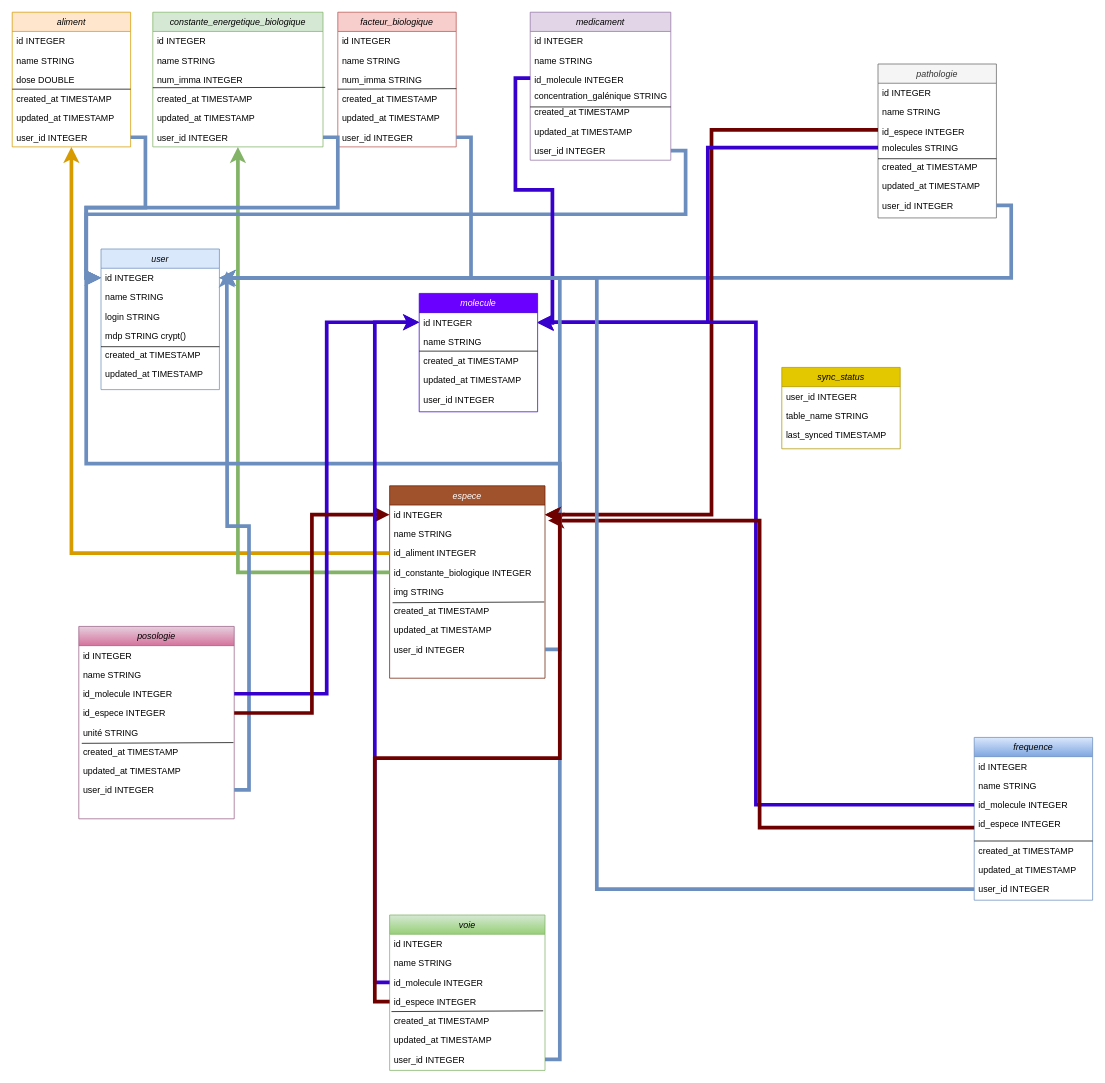
This is vetplan_schema_DBB.drawio from adrienCaminade/adrienCaminade, a draw.io file, before an edit. Source tidied: cells renumbered, new cells numbered last; positions are measured from the earlier drawing's top-left corner, leaving out a move shared by most shapes. Both pictures are drawn from the tidied source at 74%, with x=0, y=0 at pixel (12, 12).
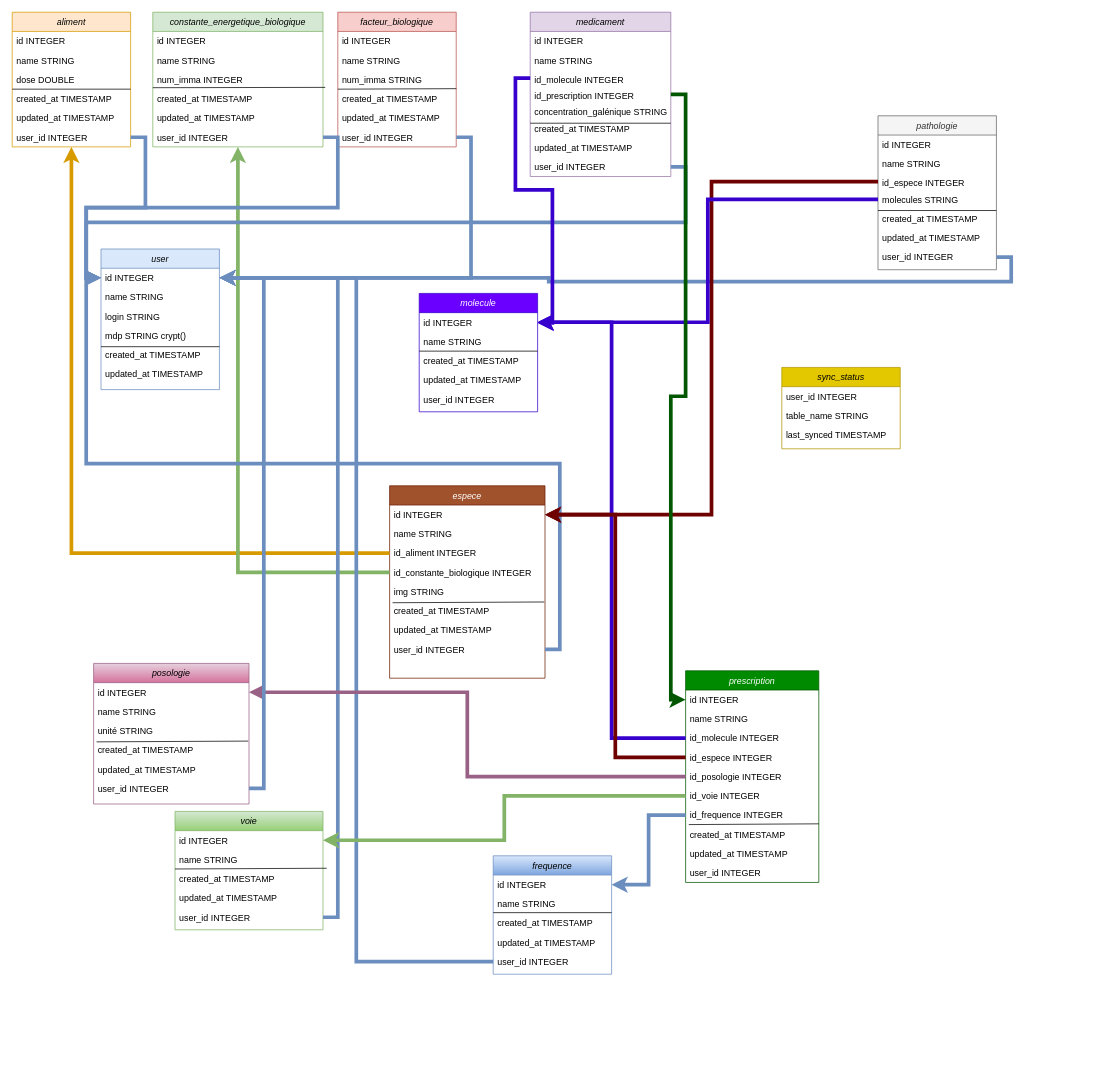
The same page after the edit.

Commit message:
Mettre à jour vetplan_schema_DBB.drawio

The change refers to these unchanged cells:
```xml
<mxCell id="27" value="id INTEGER" style="text;align=left;verticalAlign=top;spacingLeft=4;spacingRight=4;overflow=hidden;points=[[0,0.5],[1,0.5]];portConstraint=eastwest;" parent="26" vertex="1">
  <mxGeometry y="26" width="210" height="26" as="geometry" />
</mxCell>
<mxCell id="57" value="id INTEGER" style="text;align=left;verticalAlign=top;spacingLeft=4;spacingRight=4;overflow=hidden;points=[[0,0.5],[1,0.5]];portConstraint=eastwest;" parent="56" vertex="1">
  <mxGeometry y="26" width="160" height="26" as="geometry" />
</mxCell>
<mxCell id="75" value="id INTEGER" style="text;align=left;verticalAlign=top;spacingLeft=4;spacingRight=4;overflow=hidden;points=[[0,0.5],[1,0.5]];portConstraint=eastwest;" parent="74" vertex="1">
  <mxGeometry y="26" width="160" height="26" as="geometry" />
</mxCell>
<mxCell id="85" value="id INTEGER" style="text;align=left;verticalAlign=top;spacingLeft=4;spacingRight=4;overflow=hidden;points=[[0,0.5],[1,0.5]];portConstraint=eastwest;" parent="84" vertex="1">
  <mxGeometry y="26" width="160" height="26" as="geometry" />
</mxCell>
<mxCell id="97" value="id INTEGER" style="text;align=left;verticalAlign=top;spacingLeft=4;spacingRight=4;overflow=hidden;points=[[0,0.5],[1,0.5]];portConstraint=eastwest;" parent="96" vertex="1">
  <mxGeometry y="26" width="210" height="26" as="geometry" />
</mxCell>
```

What changed in the source:
```diff
@@
     <mxCell id="36" value="medicament" style="swimlane;fontStyle=2;align=center;verticalAlign=top;horizontal=1;startSize=26;rounded=0;shadow=0;strokeWidth=1;fillColor=#e1d5e7;strokeColor=#9673a6;" parent="1" vertex="1">
-      <mxGeometry x="700" width="190" height="200" as="geometry" />
+      <mxGeometry x="700" width="190" height="222" as="geometry" />
     </mxCell>
@@
-    <mxCell id="40" value="concentration_galénique STRING" style="text;align=left;verticalAlign=top;spacingLeft=4;spacingRight=4;overflow=hidden;points=[[0,0.5],[1,0.5]];portConstraint=eastwest;rounded=0;shadow=0;html=0;" parent="36" vertex="1">
+    <mxCell id="40" value="id_prescription INTEGER" style="text;align=left;verticalAlign=top;spacingLeft=4;spacingRight=4;overflow=hidden;points=[[0,0.5],[1,0.5]];portConstraint=eastwest;rounded=0;shadow=0;html=0;" parent="36" vertex="1">
       <mxGeometry y="100" width="190" height="22" as="geometry" />
     </mxCell>
-    <mxCell id="41" style="endArrow=none;html=1;rounded=0;" parent="36" edge="1">
-      <mxGeometry relative="1" as="geometry">
-        <mxPoint y="128" as="sourcePoint" />
-        <mxPoint x="190" y="128" as="targetPoint" />
-      </mxGeometry>
-    </mxCell>
+    <mxCell id="121" value="concentration_galénique STRING" style="text;align=left;verticalAlign=top;spacingLeft=4;spacingRight=4;overflow=hidden;rounded=0;shadow=0;html=0;" parent="36" vertex="1">
+      <mxGeometry y="122" width="190" height="22" as="geometry" />
+    </mxCell>
     <mxCell id="42" value="created_at TIMESTAMP" style="text;align=left;verticalAlign=top;spacingLeft=4;spacingRight=4;overflow=hidden;rounded=0;shadow=0;html=0;" parent="36" vertex="1">
-      <mxGeometry y="122" width="190" height="26" as="geometry" />
+      <mxGeometry y="144" width="190" height="26" as="geometry" />
     </mxCell>
     <mxCell id="43" value="updated_at TIMESTAMP" style="text;align=left;verticalAlign=top;spacingLeft=4;spacingRight=4;overflow=hidden;rounded=0;shadow=0;html=0;" parent="36" vertex="1">
-      <mxGeometry y="148" width="190" height="26" as="geometry" />
+      <mxGeometry y="170" width="190" height="26" as="geometry" />
     </mxCell>
     <mxCell id="44" value="user_id INTEGER" style="text;align=left;verticalAlign=top;spacingLeft=4;spacingRight=4;overflow=hidden;points=[[0,0.5],[1,0.5]];portConstraint=eastwest;rounded=0;shadow=0;html=0;" parent="36" vertex="1">
-      <mxGeometry y="174" width="190" height="26" as="geometry" />
+      <mxGeometry y="196" width="190" height="26" as="geometry" />
     </mxCell>
     <mxCell id="45" value="pathologie" style="swimlane;fontStyle=2;align=center;verticalAlign=top;horizontal=1;startSize=26;rounded=0;shadow=0;strokeWidth=1;fillColor=#f5f5f5;fontColor=#333333;strokeColor=#666666;" parent="1" vertex="1">
-      <mxGeometry x="1170" y="70" width="160" height="208" as="geometry" />
+      <mxGeometry x="1170" y="140" width="160" height="208" as="geometry" />
     </mxCell>
@@
     <mxCell id="84" value="frequence" style="swimlane;fontStyle=2;align=center;verticalAlign=top;horizontal=1;startSize=26;rounded=0;shadow=0;strokeWidth=1;fillColor=#dae8fc;strokeColor=#6c8ebf;gradientColor=#7ea6e0;" parent="1" vertex="1">
-      <mxGeometry x="1300" y="980" width="160" height="220" as="geometry" />
+      <mxGeometry x="650" y="1140" width="160" height="160" as="geometry" />
     </mxCell>
@@
-    <mxCell id="87" value="id_molecule INTEGER" style="text;align=left;verticalAlign=top;spacingLeft=4;spacingRight=4;overflow=hidden;points=[[0,0.5],[1,0.5]];portConstraint=eastwest;rounded=0;shadow=0;html=0;" parent="84" vertex="1">
-      <mxGeometry y="78" width="160" height="26" as="geometry" />
-    </mxCell>
-    <mxCell id="88" value="id_espece INTEGER" style="text;align=left;verticalAlign=top;spacingLeft=4;spacingRight=4;overflow=hidden;points=[[0,0.5],[1,0.5]];portConstraint=eastwest;rounded=0;shadow=0;html=0;" parent="84" vertex="1">
-      <mxGeometry y="104" width="160" height="36" as="geometry" />
-    </mxCell>
     <mxCell id="89" style="endArrow=none;html=1;rounded=0;" parent="84" edge="1">
       <mxGeometry relative="1" as="geometry">
-        <mxPoint y="140" as="sourcePoint" />
-        <mxPoint x="160" y="140" as="targetPoint" />
+        <mxPoint y="76.8" as="sourcePoint" />
+        <mxPoint x="160" y="76.8" as="targetPoint" />
       </mxGeometry>
     </mxCell>
     <mxCell id="90" value="created_at TIMESTAMP" style="text;align=left;verticalAlign=top;spacingLeft=4;spacingRight=4;overflow=hidden;rounded=0;shadow=0;html=0;" parent="84" vertex="1">
-      <mxGeometry y="140" width="160" height="26" as="geometry" />
+      <mxGeometry y="78" width="160" height="26" as="geometry" />
     </mxCell>
     <mxCell id="91" value="updated_at TIMESTAMP" style="text;align=left;verticalAlign=top;spacingLeft=4;spacingRight=4;overflow=hidden;rounded=0;shadow=0;html=0;" parent="84" vertex="1">
-      <mxGeometry y="166" width="160" height="26" as="geometry" />
+      <mxGeometry y="104" width="160" height="26" as="geometry" />
     </mxCell>
     <mxCell id="92" value="user_id INTEGER" style="text;align=left;verticalAlign=top;spacingLeft=4;spacingRight=4;overflow=hidden;points=[[0,0.5],[1,0.5]];portConstraint=eastwest;rounded=0;shadow=0;html=0;" parent="84" vertex="1">
-      <mxGeometry y="192" width="160" height="26" as="geometry" />
+      <mxGeometry y="130" width="160" height="26" as="geometry" />
     </mxCell>
-    <mxCell id="93" style="edgeStyle=orthogonalEdgeStyle;rounded=0;jettySize=auto;html=1;exitX=0;exitY=0.5;exitDx=0;exitDy=0;fillColor=#6a00ff;strokeColor=#3700CC;strokeWidth=5;" parent="1" edge="1" source="87" target="75">
-      <mxGeometry relative="1" as="geometry" />
-    </mxCell>
-    <mxCell id="94" style="edgeStyle=orthogonalEdgeStyle;rounded=0;jettySize=auto;html=1;exitX=0;exitY=0.5;exitDx=0;exitDy=0;entryX=1.02;entryY=0.806;entryDx=0;entryDy=0;entryPerimeter=0;strokeWidth=5;fillColor=#a20025;strokeColor=#6F0000;" parent="1" edge="1" source="88" target="27">
-      <mxGeometry relative="1" as="geometry" />
-    </mxCell>
@@
     <mxCell id="96" value="posologie" style="swimlane;fontStyle=2;align=center;verticalAlign=top;horizontal=1;startSize=26;rounded=0;shadow=0;strokeWidth=1;fillColor=#e6d0de;strokeColor=#996185;gradientColor=#d5739d;" parent="1" vertex="1">
-      <mxGeometry x="90" y="830" width="210" height="260" as="geometry" />
+      <mxGeometry x="110" y="880" width="210" height="190" as="geometry" />
     </mxCell>
@@
-    <mxCell id="99" value="id_molecule INTEGER&#10;" style="text;align=left;verticalAlign=top;spacingLeft=4;spacingRight=4;overflow=hidden;points=[[0,0.5],[1,0.5]];portConstraint=eastwest;rounded=0;shadow=0;html=0;" parent="96" vertex="1">
-      <mxGeometry y="78" width="210" height="26" as="geometry" />
-    </mxCell>
-    <mxCell id="100" value="id_espece INTEGER&#10;" style="text;align=left;verticalAlign=top;spacingLeft=4;spacingRight=4;overflow=hidden;points=[[0,0.5],[1,0.5]];portConstraint=eastwest;rounded=0;shadow=0;html=0;" parent="96" vertex="1">
-      <mxGeometry y="104" width="210" height="26" as="geometry" />
-    </mxCell>
     <mxCell id="101" value="unité STRING" style="text;align=left;verticalAlign=top;spacingLeft=4;spacingRight=4;overflow=hidden;points=[[0,0.5],[1,0.5]];portConstraint=eastwest;rounded=0;shadow=0;html=0;" parent="96" vertex="1">
-      <mxGeometry y="130" width="210" height="26" as="geometry" />
+      <mxGeometry y="78" width="210" height="26" as="geometry" />
     </mxCell>
     <mxCell id="102" value="created_at TIMESTAMP" style="text;align=left;verticalAlign=top;spacingLeft=4;spacingRight=4;overflow=hidden;points=[[0,0.5],[1,0.5]];portConstraint=eastwest;rounded=0;shadow=0;html=0;" parent="96" vertex="1">
-      <mxGeometry y="156" width="210" height="26" as="geometry" />
+      <mxGeometry y="104" width="210" height="26" as="geometry" />
     </mxCell>
     <mxCell id="103" value="updated_at TIMESTAMP" style="text;align=left;verticalAlign=top;spacingLeft=4;spacingRight=4;overflow=hidden;rounded=0;shadow=0;html=0;" parent="96" vertex="1">
-      <mxGeometry y="182" width="210" height="26" as="geometry" />
+      <mxGeometry y="130" width="210" height="26" as="geometry" />
     </mxCell>
-    <mxCell id="104" style="edgeStyle=orthogonalEdgeStyle;rounded=0;jettySize=auto;html=1;exitX=1;exitY=0.5;exitDx=0;exitDy=0;strokeWidth=5;fillColor=#dae8fc;strokeColor=#6c8ebf;gradientColor=#7ea6e0;" parent="96" edge="1" source="105">
-      <mxGeometry relative="1" as="geometry">
-        <mxPoint x="200" y="-480" as="targetPoint" />
-      </mxGeometry>
-    </mxCell>
     <mxCell id="105" value="user_id INTEGER" style="text;align=left;verticalAlign=top;spacingLeft=4;spacingRight=4;overflow=hidden;points=[[0,0.5],[1,0.5]];portConstraint=eastwest;rounded=0;shadow=0;html=0;" parent="96" vertex="1">
-      <mxGeometry y="208" width="210" height="26" as="geometry" />
+      <mxGeometry y="156" width="210" height="26" as="geometry" />
     </mxCell>
@@
-    <mxCell id="107" style="edgeStyle=orthogonalEdgeStyle;rounded=0;jettySize=auto;html=1;exitX=1;exitY=0.5;exitDx=0;exitDy=0;entryX=0;entryY=0.5;entryDx=0;entryDy=0;fillColor=#6a00ff;strokeColor=#3700CC;strokeWidth=5;" parent="1" edge="1" source="99" target="75">
-      <mxGeometry relative="1" as="geometry" />
-    </mxCell>
-    <mxCell id="108" style="edgeStyle=orthogonalEdgeStyle;rounded=0;jettySize=auto;html=1;exitX=1;exitY=0.5;exitDx=0;exitDy=0;entryX=0;entryY=0.5;entryDx=0;entryDy=0;fillColor=#a20025;strokeColor=#6F0000;strokeWidth=5;" parent="1" edge="1" source="100" target="27">
-      <mxGeometry relative="1" as="geometry" />
-    </mxCell>
     <mxCell id="109" value="voie" style="swimlane;fontStyle=2;align=center;verticalAlign=top;horizontal=1;startSize=26;rounded=0;shadow=0;strokeWidth=1;fillColor=#d5e8d4;strokeColor=#82b366;gradientColor=#97d077;" parent="1" vertex="1">
-      <mxGeometry x="510" y="1220" width="210" height="210" as="geometry" />
+      <mxGeometry x="220" y="1080" width="200" height="160" as="geometry" />
     </mxCell>
     <mxCell id="110" value="id INTEGER" style="text;align=left;verticalAlign=top;spacingLeft=4;spacingRight=4;overflow=hidden;points=[[0,0.5],[1,0.5]];portConstraint=eastwest;" parent="109" vertex="1">
-      <mxGeometry y="26" width="210" height="26" as="geometry" />
+      <mxGeometry y="26" width="200" height="26" as="geometry" />
     </mxCell>
     <mxCell id="111" value="name STRING" style="text;align=left;verticalAlign=top;spacingLeft=4;spacingRight=4;overflow=hidden;rounded=0;shadow=0;html=0;" parent="109" vertex="1">
-      <mxGeometry y="52" width="210" height="26" as="geometry" />
+      <mxGeometry y="52" width="200" height="26" as="geometry" />
     </mxCell>
-    <mxCell id="112" value="id_molecule INTEGER&#10;" style="text;align=left;verticalAlign=top;spacingLeft=4;spacingRight=4;overflow=hidden;points=[[0,0.5],[1,0.5]];portConstraint=eastwest;rounded=0;shadow=0;html=0;" parent="109" vertex="1">
-      <mxGeometry y="78" width="210" height="26" as="geometry" />
-    </mxCell>
-    <mxCell id="113" value="id_espece INTEGER&#10;" style="text;align=left;verticalAlign=top;spacingLeft=4;spacingRight=4;overflow=hidden;points=[[0,0.5],[1,0.5]];portConstraint=eastwest;rounded=0;shadow=0;html=0;" parent="109" vertex="1">
-      <mxGeometry y="104" width="210" height="26" as="geometry" />
-    </mxCell>
     <mxCell id="114" style="endArrow=none;html=1;rounded=0;exitX=0.019;exitY=0.077;exitDx=0;exitDy=0;exitPerimeter=0;entryX=0.995;entryY=1.038;entryDx=0;entryDy=0;entryPerimeter=0;" parent="109" edge="1">
       <mxGeometry relative="1" as="geometry">
-        <mxPoint x="2.5" y="130.5" as="sourcePoint" />
-        <mxPoint x="207.5" y="129.5" as="targetPoint" />
+        <mxPoint y="77.8" as="sourcePoint" />
+        <mxPoint x="205" y="76.8" as="targetPoint" />
       </mxGeometry>
     </mxCell>
     <mxCell id="115" value="created_at TIMESTAMP" style="text;align=left;verticalAlign=top;spacingLeft=4;spacingRight=4;overflow=hidden;rounded=0;shadow=0;html=0;" parent="109" vertex="1">
-      <mxGeometry y="130" width="210" height="26" as="geometry" />
+      <mxGeometry y="78" width="200" height="26" as="geometry" />
     </mxCell>
     <mxCell id="116" value="updated_at TIMESTAMP" style="text;align=left;verticalAlign=top;spacingLeft=4;spacingRight=4;overflow=hidden;rounded=0;shadow=0;html=0;" parent="109" vertex="1">
-      <mxGeometry y="156" width="210" height="26" as="geometry" />
+      <mxGeometry y="104" width="200" height="26" as="geometry" />
     </mxCell>
     <mxCell id="117" value="user_id INTEGER" style="text;align=left;verticalAlign=top;spacingLeft=4;spacingRight=4;overflow=hidden;points=[[0,0.5],[1,0.5]];portConstraint=eastwest;rounded=0;shadow=0;html=0;" parent="109" vertex="1">
-      <mxGeometry y="182" width="210" height="26" as="geometry" />
+      <mxGeometry y="130" width="200" height="26" as="geometry" />
     </mxCell>
@@
-    <mxCell id="119" style="edgeStyle=orthogonalEdgeStyle;rounded=0;jettySize=auto;html=1;exitX=0;exitY=0.5;exitDx=0;exitDy=0;entryX=0;entryY=0.5;entryDx=0;entryDy=0;strokeWidth=5;fillColor=#6a00ff;strokeColor=#3700CC;" parent="1" edge="1" source="112" target="75">
-      <mxGeometry relative="1" as="geometry" />
-    </mxCell>
-    <mxCell id="120" style="edgeStyle=orthogonalEdgeStyle;rounded=0;jettySize=auto;html=1;entryX=1;entryY=0.5;entryDx=0;entryDy=0;strokeWidth=5;fillColor=#a20025;strokeColor=#6F0000;" parent="1" edge="1" source="113" target="27">
-      <mxGeometry relative="1" as="geometry" />
-    </mxCell>
+    <mxCell id="41" style="endArrow=none;html=1;rounded=0;" parent="1" edge="1">
+      <mxGeometry relative="1" as="geometry">
+        <mxPoint x="700" y="150" as="sourcePoint" />
+        <mxPoint x="890" y="150" as="targetPoint" />
+      </mxGeometry>
+    </mxCell>
+    <mxCell id="122" value="prescription" style="swimlane;fontStyle=2;align=center;verticalAlign=top;horizontal=1;startSize=26;rounded=0;shadow=0;strokeWidth=1;fillColor=#008a00;strokeColor=#005700;fontColor=#ffffff;" parent="1" vertex="1">
+      <mxGeometry x="910" y="890" width="180" height="286" as="geometry" />
+    </mxCell>
+    <mxCell id="123" value="id INTEGER" style="text;align=left;verticalAlign=top;spacingLeft=4;spacingRight=4;overflow=hidden;points=[[0,0.5],[1,0.5]];portConstraint=eastwest;" parent="122" vertex="1">
+      <mxGeometry y="26" width="180" height="26" as="geometry" />
+    </mxCell>
+    <mxCell id="124" value="name STRING" style="text;align=left;verticalAlign=top;spacingLeft=4;spacingRight=4;overflow=hidden;rounded=0;shadow=0;html=0;" parent="122" vertex="1">
+      <mxGeometry y="52" width="180" height="26" as="geometry" />
+    </mxCell>
+    <mxCell id="87" value="id_molecule INTEGER" style="text;align=left;verticalAlign=top;spacingLeft=4;spacingRight=4;overflow=hidden;points=[[0,0.5],[1,0.5]];portConstraint=eastwest;rounded=0;shadow=0;html=0;" parent="122" vertex="1">
+      <mxGeometry y="78" width="180" height="26" as="geometry" />
+    </mxCell>
+    <mxCell id="88" value="id_espece INTEGER" style="text;align=left;verticalAlign=top;spacingLeft=4;spacingRight=4;overflow=hidden;points=[[0,0.5],[1,0.5]];portConstraint=eastwest;rounded=0;shadow=0;html=0;" parent="122" vertex="1">
+      <mxGeometry y="104" width="180" height="26" as="geometry" />
+    </mxCell>
+    <mxCell id="125" value="id_posologie INTEGER" style="text;align=left;verticalAlign=top;spacingLeft=4;spacingRight=4;overflow=hidden;points=[[0,0.5],[1,0.5]];portConstraint=eastwest;rounded=0;shadow=0;html=0;" parent="122" vertex="1">
+      <mxGeometry y="130" width="180" height="26" as="geometry" />
+    </mxCell>
+    <mxCell id="126" value="id_voie INTEGER" style="text;align=left;verticalAlign=top;spacingLeft=4;spacingRight=4;overflow=hidden;points=[[0,0.5],[1,0.5]];portConstraint=eastwest;rounded=0;shadow=0;html=0;" parent="122" vertex="1">
+      <mxGeometry y="156" width="180" height="26" as="geometry" />
+    </mxCell>
+    <mxCell id="127" value="id_frequence INTEGER" style="text;align=left;verticalAlign=top;spacingLeft=4;spacingRight=4;overflow=hidden;points=[[0,0.5],[1,0.5]];portConstraint=eastwest;rounded=0;shadow=0;html=0;" parent="122" vertex="1">
+      <mxGeometry y="182" width="180" height="26" as="geometry" />
+    </mxCell>
+    <mxCell id="128" style="endArrow=none;html=1;rounded=0;exitX=0.019;exitY=0.077;exitDx=0;exitDy=0;exitPerimeter=0;entryX=0.995;entryY=1.038;entryDx=0;entryDy=0;entryPerimeter=0;" parent="122" edge="1">
+      <mxGeometry relative="1" as="geometry">
+        <mxPoint x="4.3" y="207.8" as="sourcePoint" />
+        <mxPoint x="180" y="206.8" as="targetPoint" />
+      </mxGeometry>
+    </mxCell>
+    <mxCell id="129" value="created_at TIMESTAMP" style="text;align=left;verticalAlign=top;spacingLeft=4;spacingRight=4;overflow=hidden;rounded=0;shadow=0;html=0;" parent="122" vertex="1">
+      <mxGeometry y="208" width="180" height="26" as="geometry" />
+    </mxCell>
+    <mxCell id="130" value="updated_at TIMESTAMP" style="text;align=left;verticalAlign=top;spacingLeft=4;spacingRight=4;overflow=hidden;rounded=0;shadow=0;html=0;" parent="122" vertex="1">
+      <mxGeometry y="234" width="180" height="26" as="geometry" />
+    </mxCell>
+    <mxCell id="131" value="user_id INTEGER" style="text;align=left;verticalAlign=top;spacingLeft=4;spacingRight=4;overflow=hidden;rounded=0;shadow=0;html=0;" parent="122" vertex="1">
+      <mxGeometry y="260" width="180" height="26" as="geometry" />
+    </mxCell>
+    <mxCell id="93" style="edgeStyle=orthogonalEdgeStyle;rounded=0;jettySize=auto;html=1;exitX=0;exitY=0.5;exitDx=0;exitDy=0;entryX=1;entryY=0.5;entryDx=0;entryDy=0;fillColor=#6a00ff;strokeColor=#3700CC;strokeWidth=5;" parent="1" edge="1" source="87" target="75">
+      <mxGeometry relative="1" as="geometry" />
+    </mxCell>
+    <mxCell id="94" style="edgeStyle=orthogonalEdgeStyle;rounded=0;jettySize=auto;html=1;exitX=0;exitY=0.5;exitDx=0;exitDy=0;entryX=1;entryY=0.5;entryDx=0;entryDy=0;fillColor=#a20025;strokeColor=#6F0000;strokeWidth=5;" parent="1" edge="1" source="88" target="27">
+      <mxGeometry relative="1" as="geometry" />
+    </mxCell>
+    <mxCell id="132" style="edgeStyle=orthogonalEdgeStyle;rounded=0;jettySize=auto;html=1;exitX=0;exitY=0.5;exitDx=0;exitDy=0;entryX=1;entryY=0.5;entryDx=0;entryDy=0;fillColor=#e6d0de;gradientColor=#d5739d;strokeColor=#996185;strokeWidth=5;" parent="1" edge="1" source="125" target="97">
+      <mxGeometry relative="1" as="geometry" />
+    </mxCell>
+    <mxCell id="133" style="edgeStyle=orthogonalEdgeStyle;rounded=0;jettySize=auto;html=1;exitX=0;exitY=0.5;exitDx=0;exitDy=0;entryX=1;entryY=0.5;entryDx=0;entryDy=0;fillColor=#d5e8d4;gradientColor=#97d077;strokeColor=#82b366;strokeWidth=5;" parent="1" edge="1" source="126" target="110">
+      <mxGeometry relative="1" as="geometry" />
+    </mxCell>
+    <mxCell id="134" style="edgeStyle=orthogonalEdgeStyle;rounded=0;jettySize=auto;html=1;exitX=0;exitY=0.5;exitDx=0;exitDy=0;entryX=1;entryY=0.5;entryDx=0;entryDy=0;fillColor=#dae8fc;gradientColor=#7ea6e0;strokeColor=#6c8ebf;strokeWidth=5;" parent="1" edge="1" source="127" target="85">
+      <mxGeometry relative="1" as="geometry" />
+    </mxCell>
+    <mxCell id="104" style="edgeStyle=orthogonalEdgeStyle;rounded=0;jettySize=auto;html=1;exitX=1;exitY=0.5;exitDx=0;exitDy=0;strokeWidth=5;fillColor=#dae8fc;strokeColor=#6c8ebf;gradientColor=#7ea6e0;entryX=1;entryY=0.5;entryDx=0;entryDy=0;" parent="1" edge="1" source="105" target="57">
+      <mxGeometry relative="1" as="geometry" />
+    </mxCell>
+    <mxCell id="135" style="edgeStyle=orthogonalEdgeStyle;rounded=0;jettySize=auto;html=1;exitX=1;exitY=0.5;exitDx=0;exitDy=0;entryX=0;entryY=0.5;entryDx=0;entryDy=0;fillColor=#008a00;strokeColor=#005700;strokeWidth=5;" parent="1" edge="1" source="40" target="123">
+      <mxGeometry relative="1" as="geometry" />
+    </mxCell>
```
